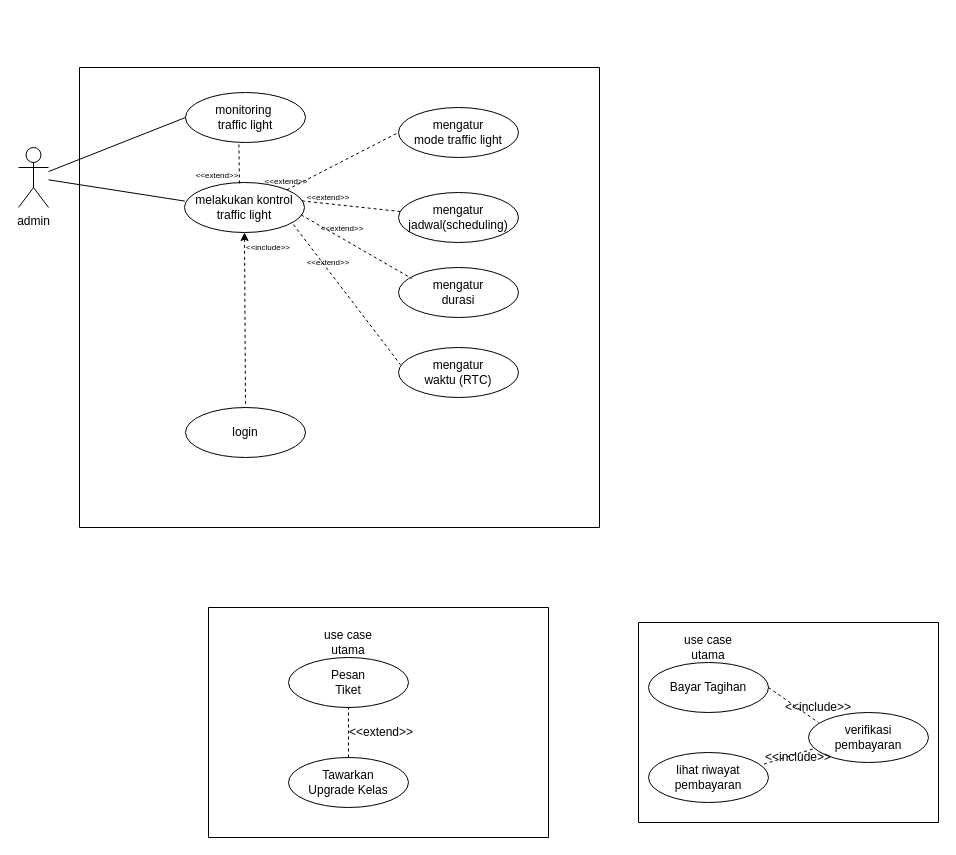
Above: tlc-prov-usecase.drawio in eenattayani/desain (draw.io), before the change. Source tidied: cells renumbered, new cells numbered last; positions are measured from the earlier drawing's top-left corner, leaving out a move shared by most shapes. Both pictures are drawn from the tidied source at 100%, with x=0, y=0 at pixel (18, 67).
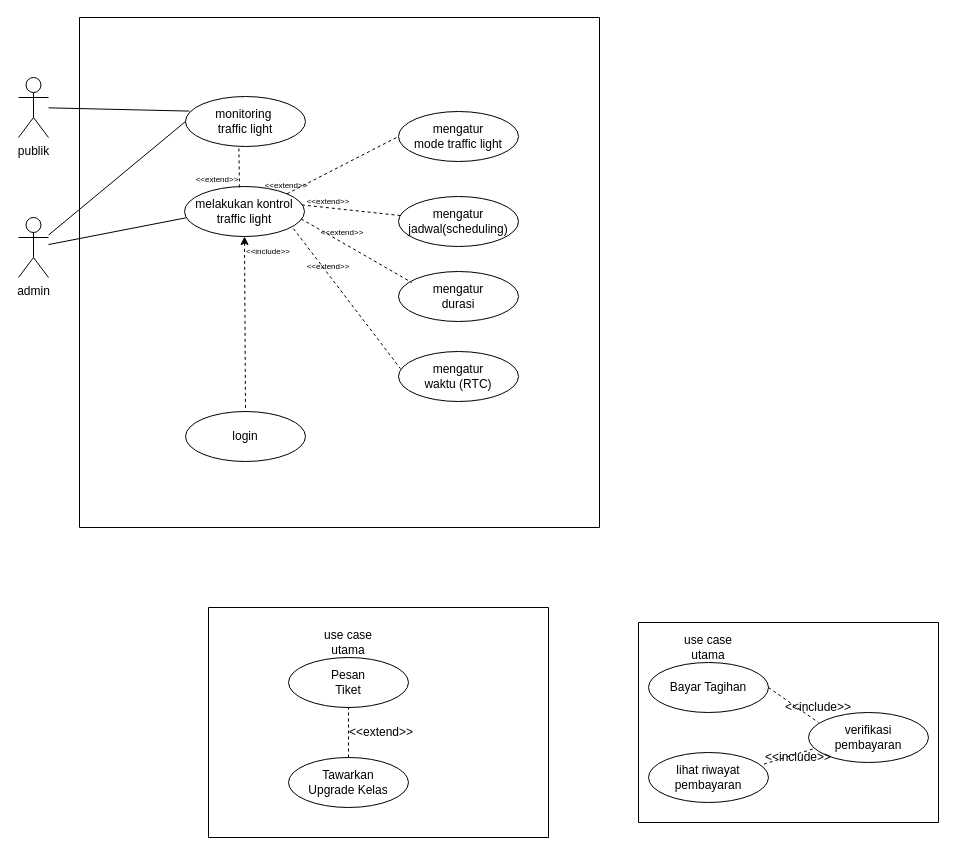
The same page after the edit.

Change to the diagram source:
```diff
@@
     <mxCell id="2" style="swimlane;startSize=0;" parent="1" vertex="1">
-      <mxGeometry x="61" width="520" height="460" as="geometry" />
+      <mxGeometry x="61" y="-50" width="520" height="510" as="geometry" />
     </mxCell>
     <mxCell id="3" value="monitoring&amp;nbsp;&lt;div&gt;traffic light&lt;/div&gt;" style="ellipse;whiteSpace=wrap;html=1;" parent="2" vertex="1">
-      <mxGeometry x="106" y="25" width="120" height="50" as="geometry" />
+      <mxGeometry x="106" y="79" width="120" height="50" as="geometry" />
     </mxCell>
     <mxCell id="4" value="login" style="ellipse;whiteSpace=wrap;html=1;" parent="2" vertex="1">
-      <mxGeometry x="106" y="340" width="120" height="50" as="geometry" />
+      <mxGeometry x="106" y="394" width="120" height="50" as="geometry" />
     </mxCell>
     <mxCell id="5" value="melakukan kontrol&lt;div&gt;traffic light&lt;/div&gt;" style="ellipse;whiteSpace=wrap;html=1;" parent="2" vertex="1">
-      <mxGeometry x="105" y="115" width="120" height="50" as="geometry" />
+      <mxGeometry x="105" y="169" width="120" height="50" as="geometry" />
     </mxCell>
@@
     <mxCell id="7" value="&amp;lt;&amp;lt;include&amp;gt;&amp;gt;" style="text;html=1;align=center;verticalAlign=middle;whiteSpace=wrap;rounded=0;fontSize=8;" parent="2" vertex="1">
-      <mxGeometry x="159" y="175" width="60" height="10" as="geometry" />
+      <mxGeometry x="159" y="229" width="60" height="10" as="geometry" />
     </mxCell>
     <mxCell id="8" value="mengatur&lt;div&gt;mode traffic light&lt;/div&gt;" style="ellipse;whiteSpace=wrap;html=1;" parent="2" vertex="1">
-      <mxGeometry x="319" y="40" width="120" height="50" as="geometry" />
+      <mxGeometry x="319" y="94" width="120" height="50" as="geometry" />
     </mxCell>
     <mxCell id="9" value="mengatur&lt;div&gt;jadwal(scheduling)&lt;/div&gt;" style="ellipse;whiteSpace=wrap;html=1;" parent="2" vertex="1">
-      <mxGeometry x="319" y="125" width="120" height="50" as="geometry" />
+      <mxGeometry x="319" y="179" width="120" height="50" as="geometry" />
     </mxCell>
     <mxCell id="10" value="mengatur&lt;div&gt;durasi&lt;/div&gt;" style="ellipse;whiteSpace=wrap;html=1;" parent="2" vertex="1">
-      <mxGeometry x="319" y="200" width="120" height="50" as="geometry" />
+      <mxGeometry x="319" y="254" width="120" height="50" as="geometry" />
     </mxCell>
     <mxCell id="11" value="mengatur&lt;div&gt;waktu (RTC)&lt;/div&gt;" style="ellipse;whiteSpace=wrap;html=1;" parent="2" vertex="1">
-      <mxGeometry x="319" y="280" width="120" height="50" as="geometry" />
+      <mxGeometry x="319" y="334" width="120" height="50" as="geometry" />
     </mxCell>
@@
     <mxCell id="13" value="&amp;lt;&amp;lt;extend&amp;gt;&amp;gt;" style="text;html=1;align=center;verticalAlign=middle;whiteSpace=wrap;rounded=0;fontSize=8;" parent="2" vertex="1">
-      <mxGeometry x="177" y="109" width="60" height="10" as="geometry" />
+      <mxGeometry x="177" y="163" width="60" height="10" as="geometry" />
     </mxCell>
@@
     <mxCell id="15" value="&amp;lt;&amp;lt;extend&amp;gt;&amp;gt;" style="text;html=1;align=center;verticalAlign=middle;whiteSpace=wrap;rounded=0;fontSize=8;" parent="2" vertex="1">
-      <mxGeometry x="108" y="103" width="60" height="10" as="geometry" />
+      <mxGeometry x="108" y="157" width="60" height="10" as="geometry" />
     </mxCell>
@@
     <mxCell id="19" value="&amp;lt;&amp;lt;extend&amp;gt;&amp;gt;" style="text;html=1;align=center;verticalAlign=middle;whiteSpace=wrap;rounded=0;fontSize=8;" parent="2" vertex="1">
-      <mxGeometry x="219" y="125" width="60" height="10" as="geometry" />
+      <mxGeometry x="219" y="179" width="60" height="10" as="geometry" />
     </mxCell>
     <mxCell id="20" value="&amp;lt;&amp;lt;extend&amp;gt;&amp;gt;" style="text;html=1;align=center;verticalAlign=middle;whiteSpace=wrap;rounded=0;fontSize=8;" parent="2" vertex="1">
-      <mxGeometry x="233" y="156" width="60" height="10" as="geometry" />
+      <mxGeometry x="233" y="210" width="60" height="10" as="geometry" />
     </mxCell>
     <mxCell id="21" value="&amp;lt;&amp;lt;extend&amp;gt;&amp;gt;" style="text;html=1;align=center;verticalAlign=middle;whiteSpace=wrap;rounded=0;fontSize=8;" parent="2" vertex="1">
-      <mxGeometry x="219" y="190" width="60" height="10" as="geometry" />
+      <mxGeometry x="219" y="244" width="60" height="10" as="geometry" />
     </mxCell>
     <mxCell id="22" value="admin" style="shape=umlActor;verticalLabelPosition=bottom;verticalAlign=top;html=1;outlineConnect=0;" parent="1" vertex="1">
-      <mxGeometry y="80" width="30" height="60" as="geometry" />
+      <mxGeometry y="150" width="30" height="60" as="geometry" />
     </mxCell>
@@
-    <mxCell id="24" style="endArrow=none;html=1;rounded=0;entryX=0.003;entryY=0.372;entryDx=0;entryDy=0;entryPerimeter=0;" parent="1" edge="1" source="22" target="5">
+    <mxCell id="24" style="endArrow=none;html=1;rounded=0;entryX=0.015;entryY=0.625;entryDx=0;entryDy=0;entryPerimeter=0;" parent="1" edge="1" source="22" target="5">
       <mxGeometry relative="1" as="geometry" />
     </mxCell>
@@
+    <mxCell id="40" value="publik" style="shape=umlActor;verticalLabelPosition=bottom;verticalAlign=top;html=1;outlineConnect=0;" parent="1" vertex="1">
+      <mxGeometry y="10" width="30" height="60" as="geometry" />
+    </mxCell>
+    <mxCell id="41" style="endArrow=none;html=1;rounded=0;entryX=0.033;entryY=0.292;entryDx=0;entryDy=0;entryPerimeter=0;" parent="1" edge="1" source="40" target="3">
+      <mxGeometry relative="1" as="geometry" />
+    </mxCell>
```
